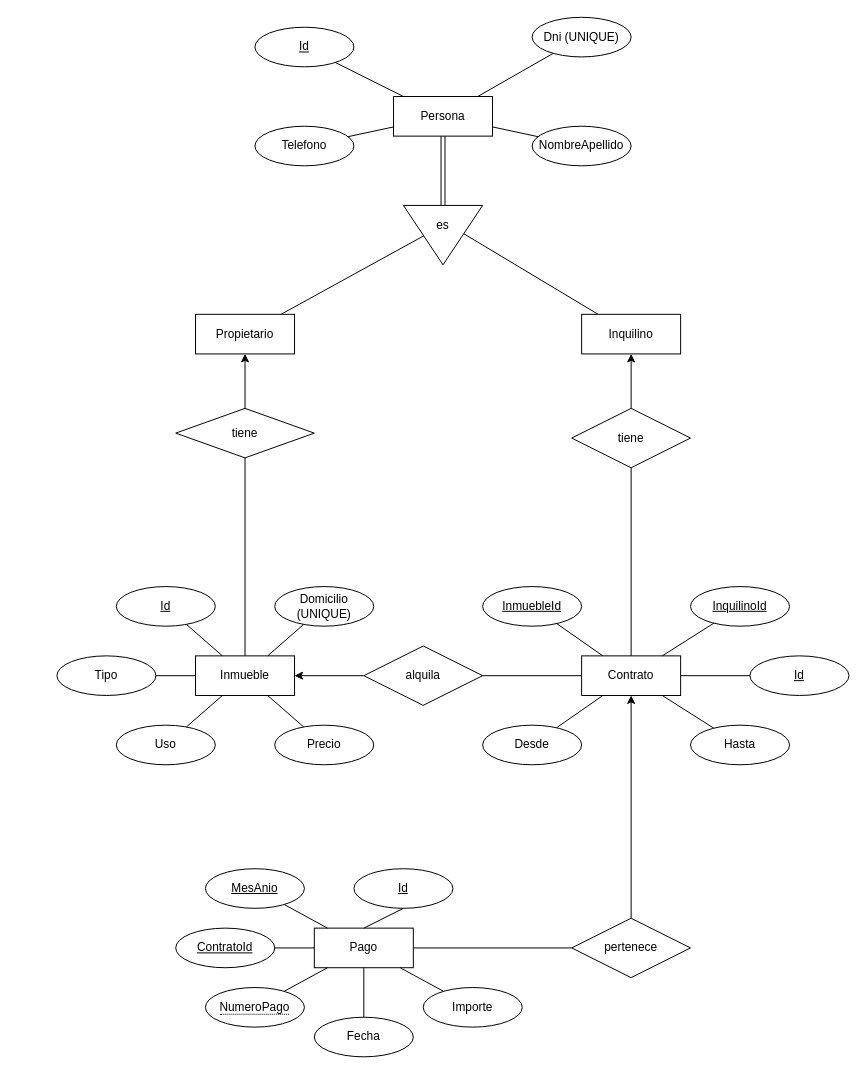
Earlier version of the draw.io diagram Diagrama Entidad Relacion/inmobiliariaGrosso.drawio (MalcoGrosso/inmobiliariaGrosso). Source tidied: cells renumbered, new cells numbered last; positions are measured from the earlier drawing's top-left corner, leaving out a move shared by most shapes. Both pictures are drawn from the tidied source at 99%, with x=0, y=0 at pixel (56, 17).
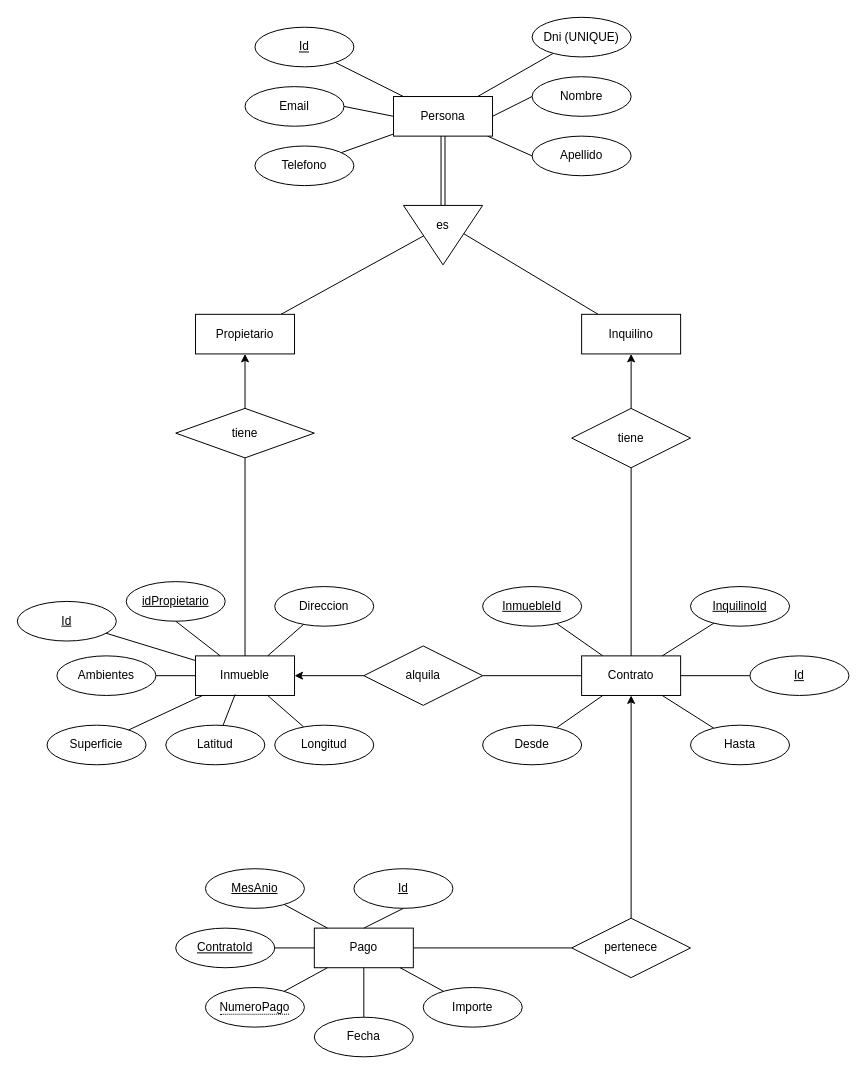
Above is the later version.

The change refers to these unchanged cells:
```xml
<mxCell id="5" value="Persona" style="whiteSpace=wrap;html=1;align=center;" parent="1" vertex="1">
  <mxGeometry x="340" y="80" width="100" height="40" as="geometry" />
</mxCell>
<mxCell id="8" value="Inmueble" style="whiteSpace=wrap;html=1;align=center;" parent="1" vertex="1">
  <mxGeometry x="140" y="645" width="100" height="40" as="geometry" />
</mxCell>
```

Change to the diagram source:
```diff
@@
-    <mxCell id="3" style="edgeStyle=none;rounded=0;jettySize=auto;html=1;endArrow=none;" parent="1" edge="1" source="5" target="33">
+    <mxCell id="3" style="edgeStyle=none;rounded=0;jettySize=auto;html=1;endArrow=none;entryX=0;entryY=0.5;entryDx=0;entryDy=0;" parent="1" edge="1" source="5" target="69">
       <mxGeometry relative="1" as="geometry" />
     </mxCell>
@@
-    <mxCell id="33" value="NombreApellido" style="ellipse;whiteSpace=wrap;html=1;align=center;" parent="1" vertex="1">
-      <mxGeometry x="480" y="110" width="100" height="40" as="geometry" />
-    </mxCell>
     <mxCell id="34" value="Telefono" style="ellipse;whiteSpace=wrap;html=1;align=center;" parent="1" vertex="1">
-      <mxGeometry x="200" y="110" width="100" height="40" as="geometry" />
+      <mxGeometry x="200" y="130" width="100" height="40" as="geometry" />
     </mxCell>
     <mxCell id="35" value="Id" style="ellipse;whiteSpace=wrap;html=1;align=center;fontStyle=4;" parent="1" vertex="1">
-      <mxGeometry x="60" y="575" width="100" height="40" as="geometry" />
+      <mxGeometry x="-40" y="590" width="100" height="40" as="geometry" />
     </mxCell>
@@
-    <mxCell id="37" value="Domicilio (UNIQUE)" style="ellipse;whiteSpace=wrap;html=1;align=center;" parent="1" vertex="1">
+    <mxCell id="37" value="Direccion" style="ellipse;whiteSpace=wrap;html=1;align=center;" parent="1" vertex="1">
       <mxGeometry x="220" y="575" width="100" height="40" as="geometry" />
     </mxCell>
@@
-    <mxCell id="39" value="Tipo" style="ellipse;whiteSpace=wrap;html=1;align=center;" parent="1" vertex="1">
+    <mxCell id="39" value="Ambientes" style="ellipse;whiteSpace=wrap;html=1;align=center;" parent="1" vertex="1">
       <mxGeometry y="645" width="100" height="40" as="geometry" />
     </mxCell>
@@
-    <mxCell id="57" value="Uso" style="ellipse;whiteSpace=wrap;html=1;align=center;" parent="1" vertex="1">
-      <mxGeometry x="60" y="715" width="100" height="40" as="geometry" />
+    <mxCell id="57" value="Superficie" style="ellipse;whiteSpace=wrap;html=1;align=center;" parent="1" vertex="1">
+      <mxGeometry x="-10" y="715" width="100" height="40" as="geometry" />
     </mxCell>
@@
-    <mxCell id="60" value="Precio" style="ellipse;whiteSpace=wrap;html=1;align=center;" parent="1" vertex="1">
+    <mxCell id="60" value="Longitud" style="ellipse;whiteSpace=wrap;html=1;align=center;" parent="1" vertex="1">
       <mxGeometry x="220" y="715" width="100" height="40" as="geometry" />
     </mxCell>
@@
+    <mxCell id="65" value="Latitud" style="ellipse;whiteSpace=wrap;html=1;align=center;" parent="1" vertex="1">
+      <mxGeometry x="110" y="715" width="100" height="40" as="geometry" />
+    </mxCell>
+    <mxCell id="66" style="edgeStyle=none;rounded=0;jettySize=auto;html=1;endArrow=none;entryX=0.4;entryY=0.975;entryDx=0;entryDy=0;entryPerimeter=0;" parent="1" edge="1" source="65" target="8">
+      <mxGeometry relative="1" as="geometry" />
+    </mxCell>
+    <mxCell id="67" value="idPropietario" style="ellipse;whiteSpace=wrap;html=1;align=center;fontStyle=4;" parent="1" vertex="1">
+      <mxGeometry x="70" y="570" width="100" height="40" as="geometry" />
+    </mxCell>
+    <mxCell id="68" style="edgeStyle=none;rounded=0;jettySize=auto;html=1;endArrow=none;entryX=0.5;entryY=1;entryDx=0;entryDy=0;exitX=0.25;exitY=0;exitDx=0;exitDy=0;" parent="1" edge="1" source="8" target="67">
+      <mxGeometry relative="1" as="geometry" />
+    </mxCell>
+    <mxCell id="69" value="Apellido" style="ellipse;whiteSpace=wrap;html=1;align=center;" parent="1" vertex="1">
+      <mxGeometry x="480" y="120" width="100" height="40" as="geometry" />
+    </mxCell>
+    <mxCell id="70" value="Nombre" style="ellipse;whiteSpace=wrap;html=1;align=center;" parent="1" vertex="1">
+      <mxGeometry x="480" y="60" width="100" height="40" as="geometry" />
+    </mxCell>
+    <mxCell id="71" style="edgeStyle=none;rounded=0;jettySize=auto;html=1;endArrow=none;entryX=0;entryY=0.5;entryDx=0;entryDy=0;exitX=1;exitY=0.5;exitDx=0;exitDy=0;" parent="1" edge="1" source="5" target="70">
+      <mxGeometry relative="1" as="geometry" />
+    </mxCell>
+    <mxCell id="72" value="Email" style="ellipse;whiteSpace=wrap;html=1;align=center;" parent="1" vertex="1">
+      <mxGeometry x="190" y="70" width="100" height="40" as="geometry" />
+    </mxCell>
+    <mxCell id="73" style="edgeStyle=none;rounded=0;jettySize=auto;html=1;endArrow=none;entryX=1;entryY=0.5;entryDx=0;entryDy=0;exitX=0;exitY=0.5;exitDx=0;exitDy=0;" parent="1" edge="1" source="5" target="72">
+      <mxGeometry relative="1" as="geometry" />
+    </mxCell>
```
